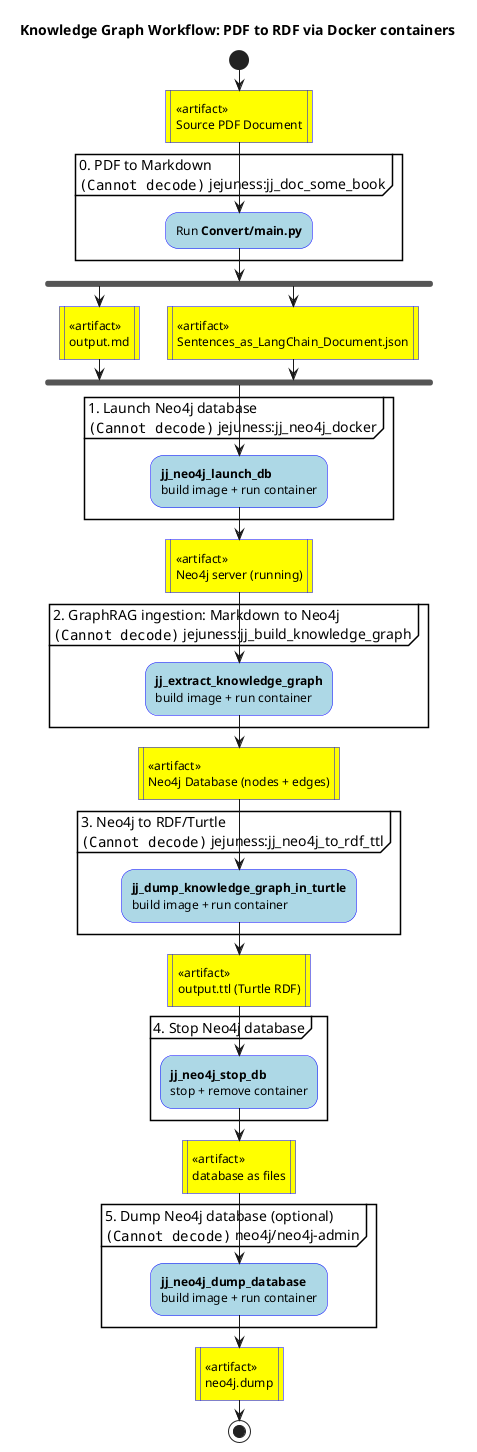
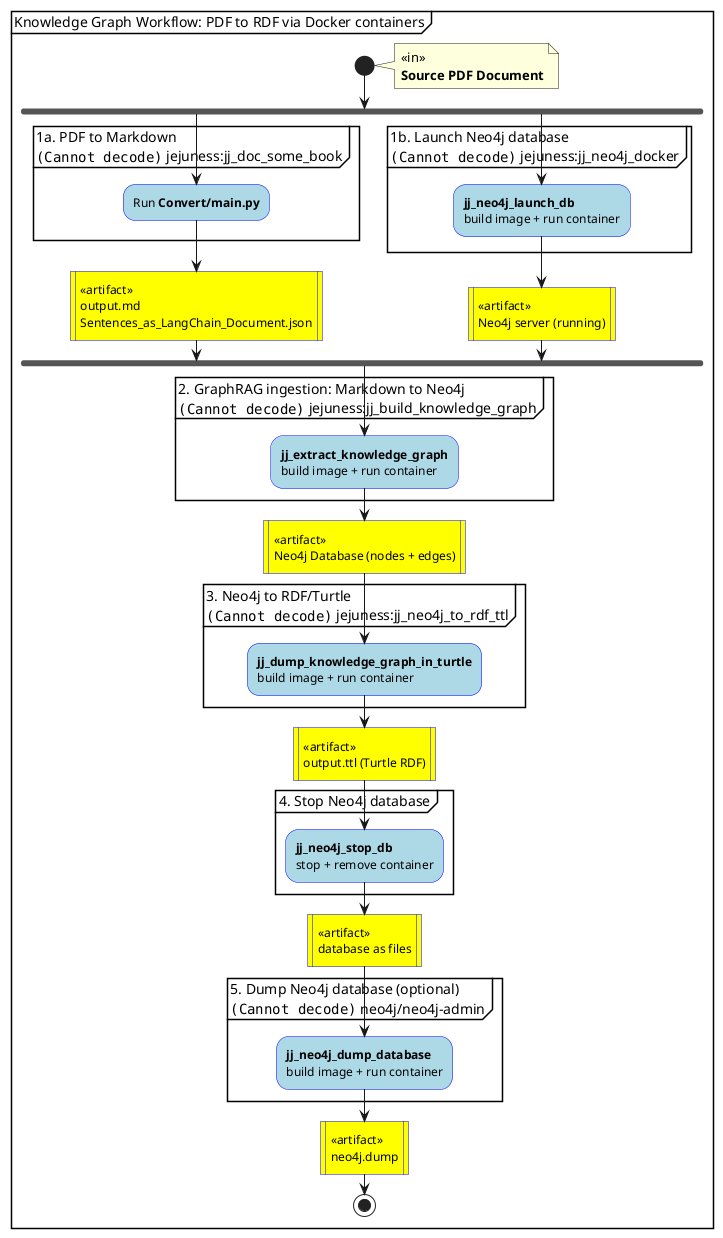
@startuml
- title Knowledge Graph Workflow: PDF to RDF via Docker containers

skinparam activity {
  BackgroundColor #LightBlue
  BorderColor #Blue
}

- start
+ partition "Knowledge Graph Workflow: PDF to RDF via Docker containers" {

- #Yellow:<<artifact>>\nSource PDF Document|
+   start
+   note right : <<in>>\n**Source PDF Document**

- partition "0. PDF to Markdown\n<img:docker_flaticon_919853_24.png> jejuness:jj_doc_some_book" {
-   :Run **Convert/main.py**;
+   fork
+     partition "1a. PDF to Markdown\n<img:docker_flaticon_919853_24.png> jejuness:jj_doc_some_book" {
+       :Run **Convert/main.py**;
+     }
+ 
+     #Yellow:<<artifact>>\noutput.md\nSentences_as_LangChain_Document.json|
+ 
+   fork again
+ 
+     partition "1b. Launch Neo4j database\n<img:docker_flaticon_919853_24.png> jejuness:jj_neo4j_docker" {
+       :**jj_neo4j_launch_db**\nbuild image + run container;
+     }
+ 
+     #Yellow:<<artifact>>\nNeo4j server (running)|
+ 
+   end fork
+ 
+   partition "2. GraphRAG ingestion: Markdown to Neo4j\n<img:docker_flaticon_919853_24.png> jejuness:jj_build_knowledge_graph" {
+     :**jj_extract_knowledge_graph**\nbuild image + run container;
+   }
+ 
+   #Yellow:<<artifact>>\nNeo4j Database (nodes + edges)|
+ 
+   partition "3. Neo4j to RDF/Turtle\n<img:docker_flaticon_919853_24.png> jejuness:jj_neo4j_to_rdf_ttl" {
+     :**jj_dump_knowledge_graph_in_turtle**\nbuild image + run container;
+   }
+ 
+   #Yellow:<<artifact>>\noutput.ttl (Turtle RDF)|
+ 
+   partition "4. Stop Neo4j database" {
+     :**jj_neo4j_stop_db**\nstop + remove container;
+   }
+ 
+   #Yellow:<<artifact>>\ndatabase as files|
+ 
+   partition "5. Dump Neo4j database (optional)\n<img:docker_flaticon_919853_24.png> neo4j/neo4j-admin" {
+     :**jj_neo4j_dump_database**\nbuild image + run container;
+   }
+ 
+   #Yellow:<<artifact>>\nneo4j.dump|
+ 
+   stop
+ 
}

- fork
-   #Yellow:<<artifact>>\noutput.md|
- fork again
-   #Yellow:<<artifact>>\nSentences_as_LangChain_Document.json|
- end fork
- 
- partition "1. Launch Neo4j database\n<img:docker_flaticon_919853_24.png> jejuness:jj_neo4j_docker" {
-   :**jj_neo4j_launch_db**\nbuild image + run container;
- }
- 
- #Yellow:<<artifact>>\nNeo4j server (running)|
- 
- partition "2. GraphRAG ingestion: Markdown to Neo4j\n<img:docker_flaticon_919853_24.png> jejuness:jj_build_knowledge_graph" {
-   :**jj_extract_knowledge_graph**\nbuild image + run container;
- }
- 
- #Yellow:<<artifact>>\nNeo4j Database (nodes + edges)|
- 
- partition "3. Neo4j to RDF/Turtle\n<img:docker_flaticon_919853_24.png> jejuness:jj_neo4j_to_rdf_ttl" {
-   :**jj_dump_knowledge_graph_in_turtle**\nbuild image + run container;
- }
- 
- #Yellow:<<artifact>>\noutput.ttl (Turtle RDF)|
- 
- partition "4. Stop Neo4j database" {
-   :**jj_neo4j_stop_db**\nstop + remove container;
- }
- 
- #Yellow:<<artifact>>\ndatabase as files|
- 
- partition "5. Dump Neo4j database (optional)\n<img:docker_flaticon_919853_24.png> neo4j/neo4j-admin" {
-   :**jj_neo4j_dump_database**\nbuild image + run container;
- }
- 
- #Yellow:<<artifact>>\nneo4j.dump|
- 
- stop
- 
@enduml
